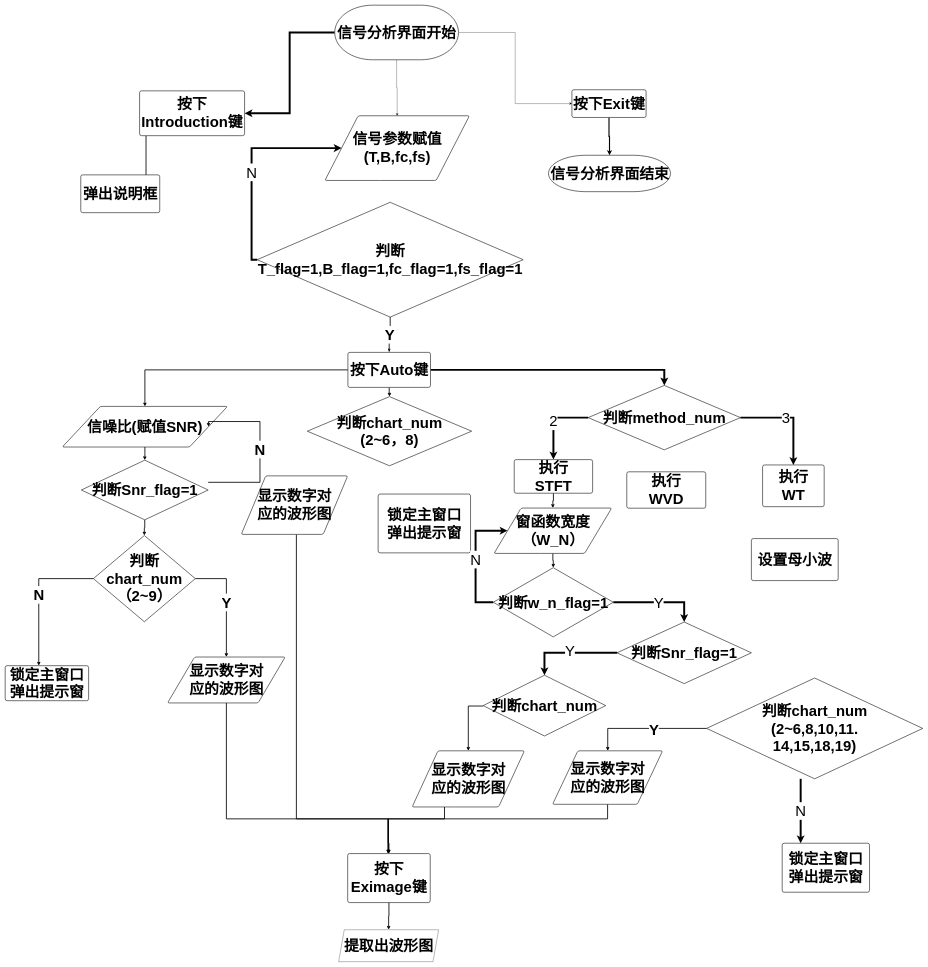
Being-Chip/hello-world keeps this draw.io diagram as TFA.drawio. Above is the earlier version. Source tidied: cells renumbered, new cells numbered last; positions are measured from the earlier drawing's top-left corner, leaving out a move shared by most shapes. Both pictures are drawn from the tidied source at 28%, with x=0, y=0 at pixel (5, 5).
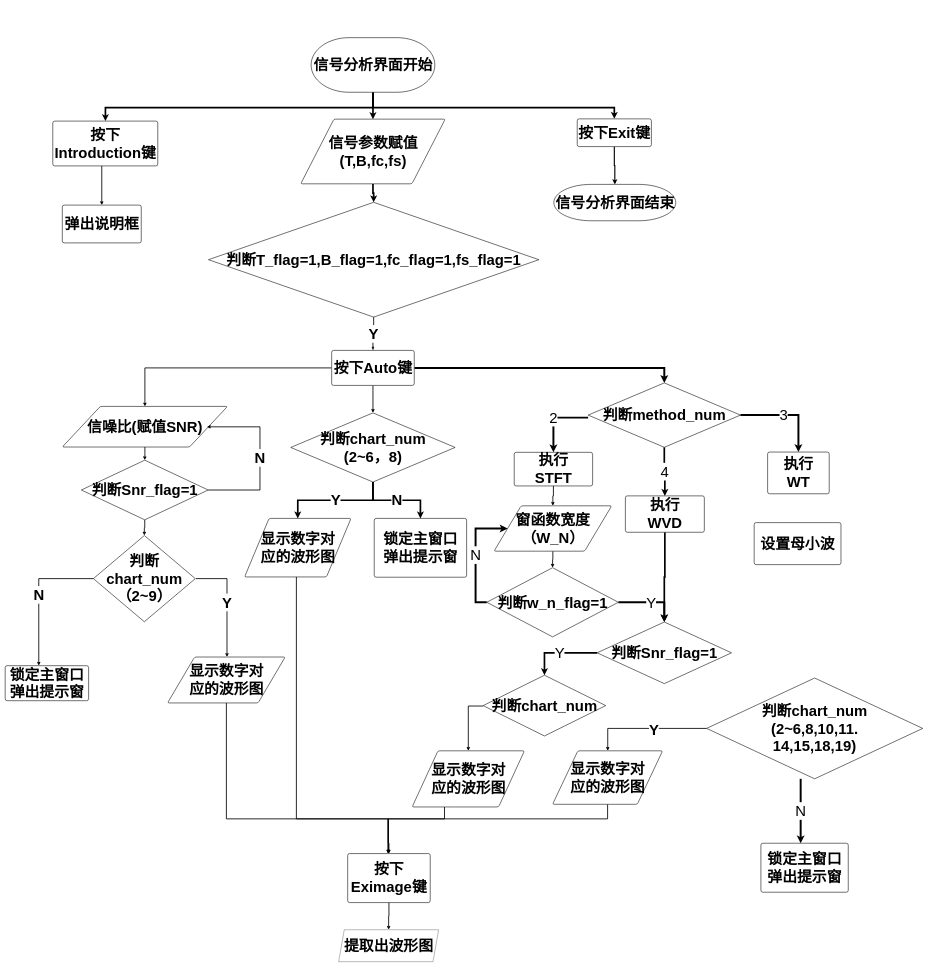
The same diagram, later.

The change refers to these unchanged cells:
```xml
<mxCell id="26" value="信噪比(赋值SNR)" style="shape=parallelogram;html=1;strokeWidth=2;perimeter=parallelogramPerimeter;whiteSpace=wrap;rounded=1;arcSize=12;size=0.23;fontSize=53;fontStyle=1;" parent="1" vertex="1">
  <mxGeometry x="204" y="1433" width="590" height="145" as="geometry" />
</mxCell>
<mxCell id="29" value="判断Snr_flag=1" style="strokeWidth=2;html=1;shape=mxgraph.flowchart.decision;whiteSpace=wrap;fontSize=53;fontStyle=1;" parent="1" vertex="1">
  <mxGeometry x="272" y="1625" width="453" height="213" as="geometry" />
</mxCell>
<mxCell id="32" value="判断chart_num&lt;br style=&quot;font-size: 53px;&quot;&gt;（2~9）" style="strokeWidth=2;html=1;shape=mxgraph.flowchart.decision;whiteSpace=wrap;fontSize=53;fontStyle=1;" parent="1" vertex="1">
  <mxGeometry x="315" y="1894" width="364" height="308" as="geometry" />
</mxCell>
<mxCell id="35" value="判断chart_num" style="strokeWidth=2;html=1;shape=mxgraph.flowchart.decision;whiteSpace=wrap;fontSize=53;fontStyle=1;" parent="1" vertex="1">
  <mxGeometry x="1707" y="2393" width="438" height="217" as="geometry" />
</mxCell>
<mxCell id="59" value="显示数字对&lt;br style=&quot;font-size: 53px;&quot;&gt;应的波形图" style="shape=parallelogram;html=1;strokeWidth=2;perimeter=parallelogramPerimeter;whiteSpace=wrap;rounded=1;arcSize=12;size=0.23;fontSize=53;fontStyle=1;" parent="1" vertex="1">
  <mxGeometry x="580" y="2328" width="420" height="164" as="geometry" />
</mxCell>
```

Change to the diagram source:
```diff
@@
-    <mxCell id="2" style="edgeStyle=orthogonalEdgeStyle;rounded=0;jettySize=auto;html=1;fontSize=53;" parent="1" edge="1" source="5" target="6">
+    <mxCell id="2" style="edgeStyle=orthogonalEdgeStyle;rounded=0;jettySize=auto;html=1;entryX=0.5;entryY=0;entryDx=0;entryDy=0;strokeWidth=6;" parent="1" edge="1" source="5" target="6">
       <mxGeometry relative="1" as="geometry" />
     </mxCell>
-    <mxCell id="3" style="edgeStyle=orthogonalEdgeStyle;rounded=0;jettySize=auto;html=1;entryX=1;entryY=0.5;entryDx=0;entryDy=0;fontSize=53;strokeWidth=7;" parent="1" edge="1" source="5" target="65">
-      <mxGeometry relative="1" as="geometry" />
+    <mxCell id="3" style="edgeStyle=orthogonalEdgeStyle;rounded=0;jettySize=auto;html=1;strokeWidth=6;exitX=0.5;exitY=1;exitDx=0;exitDy=0;exitPerimeter=0;" parent="1" edge="1" source="5" target="65">
+      <mxGeometry relative="1" as="geometry">
+        <Array as="points">
+          <mxPoint x="1314" y="366" />
+          <mxPoint x="358" y="366" />
+        </Array>
+      </mxGeometry>
     </mxCell>
-    <mxCell id="4" style="edgeStyle=orthogonalEdgeStyle;rounded=0;jettySize=auto;html=1;entryX=0;entryY=0.5;entryDx=0;entryDy=0;fontSize=53;" parent="1" edge="1" source="5" target="62">
-      <mxGeometry relative="1" as="geometry" />
+    <mxCell id="4" style="edgeStyle=orthogonalEdgeStyle;rounded=0;jettySize=auto;html=1;strokeWidth=6;exitX=0.5;exitY=1;exitDx=0;exitDy=0;exitPerimeter=0;entryX=0.5;entryY=0;entryDx=0;entryDy=0;" parent="1" edge="1" source="5" target="62">
+      <mxGeometry relative="1" as="geometry">
+        <Array as="points">
+          <mxPoint x="1314" y="366" />
+          <mxPoint x="2176" y="366" />
+        </Array>
+      </mxGeometry>
     </mxCell>
     <mxCell id="5" value="信号分析界面开始" style="strokeWidth=2;html=1;shape=mxgraph.flowchart.terminator;whiteSpace=wrap;fontSize=53;fontStyle=1;" parent="1" vertex="1">
-      <mxGeometry x="1177" width="442" height="195" as="geometry" />
+      <mxGeometry x="1092.5" y="116" width="442" height="195" as="geometry" />
     </mxCell>
+    <mxCell id="67" style="edgeStyle=orthogonalEdgeStyle;rounded=0;jettySize=auto;html=1;entryX=0.5;entryY=0;entryDx=0;entryDy=0;entryPerimeter=0;strokeWidth=6;" parent="1" edge="1" source="6" target="10">
+      <mxGeometry relative="1" as="geometry" />
+    </mxCell>
     <mxCell id="6" value="信号参数赋值 (T,B,fc,fs)" style="shape=parallelogram;html=1;strokeWidth=2;perimeter=parallelogramPerimeter;whiteSpace=wrap;rounded=1;arcSize=12;size=0.23;fontSize=53;fontStyle=1;" parent="1" vertex="1">
-      <mxGeometry x="1142" y="395" width="516" height="231" as="geometry" />
+      <mxGeometry x="1055.5" y="407" width="516" height="231" as="geometry" />
     </mxCell>
@@
-    <mxCell id="8" style="edgeStyle=orthogonalEdgeStyle;rounded=0;jettySize=auto;html=1;entryX=0;entryY=0.5;entryDx=0;entryDy=0;fontSize=53;strokeWidth=7;exitX=0;exitY=0.5;exitDx=0;exitDy=0;exitPerimeter=0;" parent="1" edge="1" source="10" target="6">
-      <mxGeometry relative="1" as="geometry">
-        <Array as="points">
-          <mxPoint x="880" y="909" />
-          <mxPoint x="880" y="511" />
-        </Array>
-      </mxGeometry>
-    </mxCell>
-    <mxCell id="9" value="N" style="edgeLabel;html=1;align=center;verticalAlign=middle;fontSize=53;" parent="8" vertex="1">
-      <mxGeometry x="-0.1" y="1" relative="1" as="geometry" />
-    </mxCell>
     <mxCell id="10" value="判断T_flag=1,B_flag=1,fc_flag=1,fs_flag=1" style="strokeWidth=2;html=1;shape=mxgraph.flowchart.decision;whiteSpace=wrap;fontSize=53;fontStyle=1;" parent="1" vertex="1">
-      <mxGeometry x="900" y="704" width="950" height="410" as="geometry" />
+      <mxGeometry x="726" y="704" width="1180" height="410" as="geometry" />
     </mxCell>
@@
+    <mxCell id="68" value="4" style="edgeStyle=orthogonalEdgeStyle;rounded=0;jettySize=auto;html=1;entryX=0.5;entryY=0;entryDx=0;entryDy=0;fontSize=53;strokeWidth=6;" parent="1" edge="1" source="14" target="22">
+      <mxGeometry relative="1" as="geometry" />
+    </mxCell>
     <mxCell id="14" value="判断method_num" style="strokeWidth=2;html=1;shape=mxgraph.flowchart.decision;whiteSpace=wrap;fontSize=53;fontStyle=1;" parent="1" vertex="1">
-      <mxGeometry x="2082" y="1358" width="544" height="230" as="geometry" />
+      <mxGeometry x="2082" y="1349" width="544" height="230" as="geometry" />
     </mxCell>
@@
     <mxCell id="18" value="按下Auto键" style="rounded=1;whiteSpace=wrap;html=1;absoluteArcSize=1;arcSize=14;strokeWidth=2;fontSize=53;fontStyle=1;" parent="1" vertex="1">
-      <mxGeometry x="1224" y="1240" width="295" height="125" as="geometry" />
+      <mxGeometry x="1166" y="1233" width="295" height="125" as="geometry" />
     </mxCell>
+    <mxCell id="69" value="Y" style="edgeStyle=orthogonalEdgeStyle;rounded=0;jettySize=auto;html=1;strokeWidth=6;fontSize=53;fontStyle=1;" parent="1" edge="1" source="19" target="53">
+      <mxGeometry relative="1" as="geometry" />
+    </mxCell>
+    <mxCell id="9" value="N" style="edgeStyle=orthogonalEdgeStyle;rounded=0;jettySize=auto;html=1;strokeWidth=6;fontSize=53;fontStyle=1;" parent="1" edge="1" source="19" target="24">
+      <mxGeometry relative="1" as="geometry" />
+    </mxCell>
     <mxCell id="19" value="判断chart_num&lt;br style=&quot;font-size: 53px;&quot;&gt;(2~6，8)" style="strokeWidth=2;html=1;shape=mxgraph.flowchart.decision;whiteSpace=wrap;fontSize=53;fontStyle=1;" parent="1" vertex="1">
-      <mxGeometry x="1079" y="1398" width="587" height="247" as="geometry" />
+      <mxGeometry x="1020" y="1456" width="587" height="247" as="geometry" />
     </mxCell>
@@
     <mxCell id="21" value="执行&lt;br&gt;STFT" style="rounded=1;whiteSpace=wrap;html=1;absoluteArcSize=1;arcSize=14;strokeWidth=2;fontSize=53;fontStyle=1;" parent="1" vertex="1">
-      <mxGeometry x="1818" y="1623" width="280" height="120" as="geometry" />
+      <mxGeometry x="1818" y="1597" width="280" height="120" as="geometry" />
     </mxCell>
+    <mxCell id="70" style="edgeStyle=orthogonalEdgeStyle;rounded=0;jettySize=auto;html=1;fontSize=53;strokeWidth=6;" parent="1" edge="1" source="22" target="43">
+      <mxGeometry relative="1" as="geometry" />
+    </mxCell>
     <mxCell id="22" value="执行&lt;br style=&quot;font-size: 53px;&quot;&gt;WVD" style="rounded=1;whiteSpace=wrap;html=1;absoluteArcSize=1;arcSize=14;strokeWidth=2;fontSize=53;fontStyle=1;" parent="1" vertex="1">
-      <mxGeometry x="2220" y="1666.5" width="282" height="130" as="geometry" />
+      <mxGeometry x="2215" y="1752.5" width="282" height="130" as="geometry" />
     </mxCell>
     <mxCell id="23" value="执行&lt;br&gt;WT" style="rounded=1;whiteSpace=wrap;html=1;absoluteArcSize=1;arcSize=14;strokeWidth=2;fontSize=53;fontStyle=1;" parent="1" vertex="1">
-      <mxGeometry x="2705" y="1642" width="220" height="149" as="geometry" />
+      <mxGeometry x="2723" y="1596" width="220" height="149" as="geometry" />
     </mxCell>
     <mxCell id="24" value="锁定主窗口&lt;br style=&quot;font-size: 53px;&quot;&gt;弹出提示窗" style="rounded=1;whiteSpace=wrap;html=1;absoluteArcSize=1;arcSize=14;strokeWidth=2;fontSize=53;fontStyle=1;" parent="1" vertex="1">
-      <mxGeometry x="1332" y="1746" width="330" height="210" as="geometry" />
+      <mxGeometry x="1318" y="1833" width="330" height="210" as="geometry" />
     </mxCell>
@@
-    <mxCell id="27" value="N" style="edgeStyle=orthogonalEdgeStyle;rounded=0;jettySize=auto;html=1;entryX=1;entryY=0.5;entryDx=0;entryDy=0;fontSize=53;fontStyle=1;strokeWidth=3;" parent="1" edge="1" source="29" target="26">
+    <mxCell id="27" value="N" style="edgeStyle=orthogonalEdgeStyle;rounded=0;jettySize=auto;html=1;fontSize=53;fontStyle=1;strokeWidth=3;entryX=0.875;entryY=0.503;entryDx=0;entryDy=0;entryPerimeter=0;" parent="1" edge="1" source="29" target="26">
       <mxGeometry relative="1" as="geometry">
         <Array as="points">
-          <mxPoint x="910" y="1704" />
-          <mxPoint x="910" y="1487" />
-          <mxPoint x="726" y="1487" />
+          <mxPoint x="910" y="1732" />
+          <mxPoint x="910" y="1506" />
         </Array>
       </mxGeometry>
     </mxCell>
@@
-    <mxCell id="31" value="Y" style="edgeStyle=orthogonalEdgeStyle;rounded=0;jettySize=auto;html=1;fontSize=53;strokeWidth=3;fontStyle=1;exitX=1;exitY=0.5;exitDx=0;exitDy=0;exitPerimeter=0;" parent="1" edge="1" source="32" target="59">
+    <mxCell id="31" value="Y" style="edgeStyle=orthogonalEdgeStyle;rounded=0;orthogonalLoop=1;jettySize=auto;html=1;fontSize=53;strokeWidth=3;fontStyle=1;exitX=1;exitY=0.5;exitDx=0;exitDy=0;exitPerimeter=0;" parent="1" edge="1">
       <mxGeometry relative="1" as="geometry">
+        <mxPoint x="681" y="2048" as="sourcePoint" />
+        <mxPoint x="792.2" y="2328" as="targetPoint" />
         <Array as="points">
-          <mxPoint x="790" y="2048" />
+          <mxPoint x="792" y="2048" />
         </Array>
       </mxGeometry>
     </mxCell>
@@
     <mxCell id="37" value="窗函数宽度（W_N）" style="shape=parallelogram;html=1;strokeWidth=2;perimeter=parallelogramPerimeter;whiteSpace=wrap;rounded=1;arcSize=12;size=0.23;fontSize=53;fontStyle=1;" parent="1" vertex="1">
-      <mxGeometry x="1746" y="1796" width="420" height="162" as="geometry" />
+      <mxGeometry x="1746" y="1788" width="420" height="162" as="geometry" />
     </mxCell>
@@
     <mxCell id="39" value="N" style="edgeStyle=orthogonalEdgeStyle;rounded=0;jettySize=auto;html=1;entryX=0;entryY=0.5;entryDx=0;entryDy=0;fontSize=53;strokeWidth=7;exitX=0;exitY=0.5;exitDx=0;exitDy=0;exitPerimeter=0;" parent="1" edge="1" source="40" target="37">
       <mxGeometry relative="1" as="geometry">
         <Array as="points">
           <mxPoint x="1680" y="2133" />
-          <mxPoint x="1680" y="1877" />
+          <mxPoint x="1680" y="1869" />
         </Array>
       </mxGeometry>
     </mxCell>
     <mxCell id="40" value="判断w_n_flag=1" style="strokeWidth=2;html=1;shape=mxgraph.flowchart.decision;whiteSpace=wrap;fontSize=53;fontStyle=1;" parent="1" vertex="1">
-      <mxGeometry x="1743" y="2009" width="429" height="247" as="geometry" />
+      <mxGeometry x="1720" y="2009" width="470" height="247" as="geometry" />
     </mxCell>
-    <mxCell id="41" style="edgeStyle=orthogonalEdgeStyle;rounded=0;jettySize=auto;html=1;entryX=0.5;entryY=0;entryDx=0;entryDy=0;entryPerimeter=0;fontSize=53;strokeWidth=7;" parent="1" edge="1" source="43" target="35">
-      <mxGeometry relative="1" as="geometry" />
+    <mxCell id="41" value="Y" style="edgeStyle=orthogonalEdgeStyle;rounded=0;jettySize=auto;html=1;entryX=0.5;entryY=0;entryDx=0;entryDy=0;entryPerimeter=0;fontSize=53;strokeWidth=6;" parent="1" edge="1" source="43" target="35">
+      <mxGeometry relative="1" as="geometry">
+        <Array as="points">
+          <mxPoint x="1926" y="2313" />
+        </Array>
+      </mxGeometry>
     </mxCell>
-    <mxCell id="42" value="Y" style="edgeLabel;html=1;align=center;verticalAlign=middle;fontSize=53;" parent="41" vertex="1">
-      <mxGeometry x="0.01" y="-9" relative="1" as="geometry">
-        <mxPoint x="2" as="offset" />
-      </mxGeometry>
-    </mxCell>
     <mxCell id="43" value="判断Snr_flag=1" style="strokeWidth=2;html=1;shape=mxgraph.flowchart.decision;whiteSpace=wrap;fontSize=53;fontStyle=1;" parent="1" vertex="1">
-      <mxGeometry x="2185" y="2203" width="480" height="220" as="geometry" />
+      <mxGeometry x="2114" y="2203" width="480" height="220" as="geometry" />
     </mxCell>
     <mxCell id="44" value="设置母小波" style="rounded=1;whiteSpace=wrap;html=1;absoluteArcSize=1;arcSize=14;strokeWidth=2;fontSize=53;fontStyle=1;" parent="1" vertex="1">
-      <mxGeometry x="2665" y="1905" width="310" height="150" as="geometry" />
+      <mxGeometry x="2675" y="1848" width="310" height="150" as="geometry" />
     </mxCell>
@@
     <mxCell id="49" value="锁定主窗口&lt;br style=&quot;font-size: 53px;&quot;&gt;弹出提示窗" style="rounded=1;whiteSpace=wrap;html=1;absoluteArcSize=1;arcSize=14;strokeWidth=2;fontSize=53;fontStyle=1;" parent="1" vertex="1">
-      <mxGeometry x="2775" y="2993" width="312" height="175" as="geometry" />
+      <mxGeometry x="2699" y="2993" width="312" height="175" as="geometry" />
     </mxCell>
@@
     <mxCell id="53" value="显示数字对&lt;br style=&quot;font-size: 53px;&quot;&gt;应的波形图" style="shape=parallelogram;html=1;strokeWidth=2;perimeter=parallelogramPerimeter;whiteSpace=wrap;rounded=1;arcSize=12;size=0.23;fontSize=53;fontStyle=1;" parent="1" vertex="1">
-      <mxGeometry x="843.2" y="1681" width="380" height="209" as="geometry" />
+      <mxGeometry x="855" y="1833" width="380" height="209" as="geometry" />
     </mxCell>
@@
     <mxCell id="62" value="按下Exit键" style="rounded=1;whiteSpace=wrap;html=1;absoluteArcSize=1;arcSize=14;strokeWidth=2;fontSize=53;fontStyle=1;" parent="1" vertex="1">
-      <mxGeometry x="2024" y="302" width="265" height="99" as="geometry" />
+      <mxGeometry x="2043" y="406" width="265" height="99" as="geometry" />
     </mxCell>
     <mxCell id="63" value="信号分析界面结束" style="strokeWidth=2;html=1;shape=mxgraph.flowchart.terminator;whiteSpace=wrap;fontSize=53;fontStyle=1;" parent="1" vertex="1">
-      <mxGeometry x="1940.5" y="536" width="435.5" height="130" as="geometry" />
+      <mxGeometry x="1959.5" y="640" width="435.5" height="130" as="geometry" />
     </mxCell>
     <mxCell id="64" style="edgeStyle=orthogonalEdgeStyle;rounded=0;jettySize=auto;html=1;entryX=0.5;entryY=0;entryDx=0;entryDy=0;strokeWidth=3;fontStyle=1;fontSize=53;" parent="1" edge="1" source="65" target="66">
       <mxGeometry relative="1" as="geometry">
         <Array as="points">
-          <mxPoint x="503" y="620" />
+          <mxPoint x="345" y="494" />
+          <mxPoint x="345" y="494" />
         </Array>
       </mxGeometry>
     </mxCell>
     <mxCell id="65" value="按下Introduction键" style="rounded=1;whiteSpace=wrap;html=1;absoluteArcSize=1;arcSize=14;strokeWidth=2;fontSize=53;fontStyle=1;" parent="1" vertex="1">
-      <mxGeometry x="480" y="306" width="375" height="160" as="geometry" />
+      <mxGeometry x="170" y="414" width="375" height="160" as="geometry" />
     </mxCell>
     <mxCell id="66" value="弹出说明框" style="rounded=1;whiteSpace=wrap;html=1;absoluteArcSize=1;arcSize=14;strokeWidth=2;fontSize=53;fontStyle=1;" parent="1" vertex="1">
-      <mxGeometry x="270" y="606" width="282" height="135" as="geometry" />
+      <mxGeometry x="204" y="714" width="282" height="135" as="geometry" />
     </mxCell>
```
